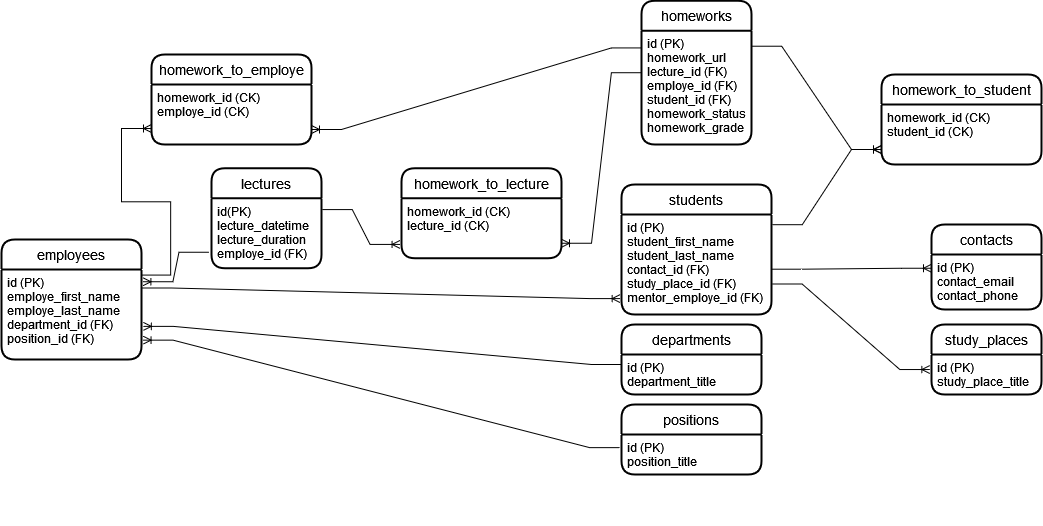
Kolesa-Education/kolesa-upgrade-homework-4 keeps this draw.io diagram as part2/KolesaDB.drawio.png. Above is the earlier version. Source tidied: cells renumbered, new cells last; positions are measured from the earlier drawing's top-left corner, leaving out a move shared by most shapes.
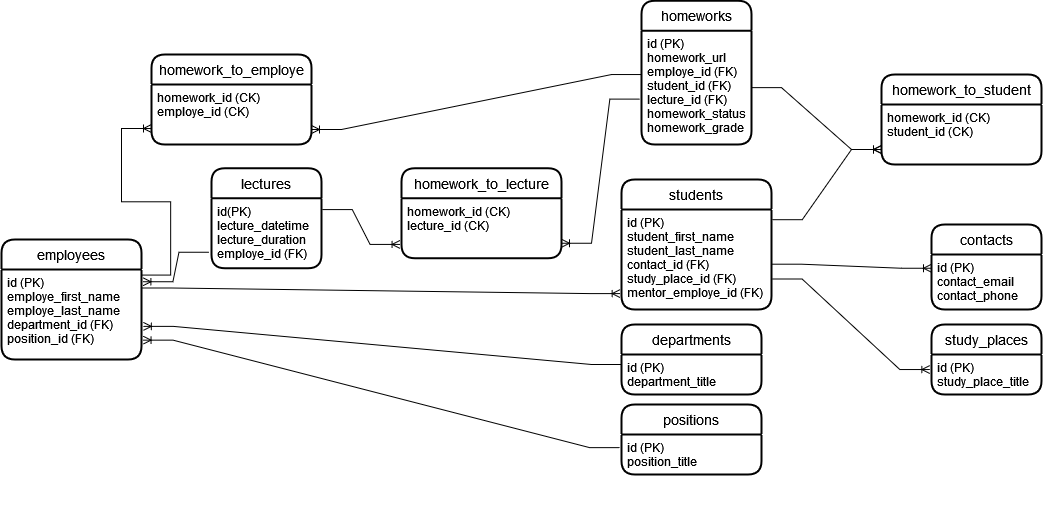
Above is the later version.

Commit message:
выполняю задание 4.2

What changed in the source:
```diff
@@ -24,7 +24,7 @@
       <mxGeometry y="30" width="140" height="90" as="geometry" />
     </mxCell>
     <mxCell id="9" value="students" style="swimlane;horizontal=1;startSize=30;rounded=1;fontSize=14;fontStyle=0;strokeWidth=2;shadow=0;dashed=0;align=center;" parent="1" vertex="1">
-      <mxGeometry x="620" y="184" width="150" height="130" as="geometry" />
+      <mxGeometry x="620" y="179" width="150" height="130" as="geometry" />
     </mxCell>
     <mxCell id="10" value="id (PK)&#10;student_first_name&#10;student_last_name&#10;contact_id (FK)&#10;study_place_id (FK)&#10;mentor_employe_id (FK)&#10;&#10;&#10;&#10;&#10;" style="align=left;strokeColor=none;fillColor=none;spacingLeft=4;fontSize=12;verticalAlign=top;" parent="9" vertex="1">
       <mxGeometry y="30" width="150" height="100" as="geometry" />
@@ -59,7 +59,7 @@
     <mxCell id="20" value="homeworks" style="swimlane;horizontal=1;startSize=30;rounded=1;fontSize=14;fontStyle=0;strokeWidth=2;shadow=0;dashed=0;align=center;" parent="1" vertex="1">
       <mxGeometry x="640" y="0.2" width="110" height="143.8" as="geometry" />
     </mxCell>
-    <mxCell id="21" value="id (PK)&#10;homework_url&#10;lecture_id (FK)&#10;employe_id (FK)&#10;student_id (FK)&#10;homework_status&#10;homework_grade&#10;&#10;" style="align=left;strokeColor=none;fillColor=none;spacingLeft=4;fontSize=12;verticalAlign=top;" parent="20" vertex="1">
+    <mxCell id="21" value="id (PK)&#10;homework_url&#10;employe_id (FK)&#10;student_id (FK)&#10;lecture_id (FK)&#10;homework_status&#10;homework_grade&#10;&#10;" style="align=left;strokeColor=none;fillColor=none;spacingLeft=4;fontSize=12;verticalAlign=top;" parent="20" vertex="1">
       <mxGeometry y="30" width="110" height="113.8" as="geometry" />
     </mxCell>
     <mxCell id="22" style="edgeStyle=entityRelationEdgeStyle;fontSize=12;html=1;endArrow=ERoneToMany;rounded=0;exitX=1.004;exitY=0.695;exitDx=0;exitDy=0;entryX=-0.015;entryY=0.376;entryDx=0;entryDy=0;entryPerimeter=0;exitPerimeter=0;" parent="1" edge="1" source="10" target="19">
@@ -88,7 +88,7 @@
         <mxPoint x="150" y="128" as="targetPoint" />
       </mxGeometry>
     </mxCell>
-    <mxCell id="30" style="edgeStyle=entityRelationEdgeStyle;fontSize=12;html=1;endArrow=ERoneToMany;rounded=0;exitX=-0.001;exitY=0.151;exitDx=0;exitDy=0;exitPerimeter=0;entryX=1;entryY=0.5;entryDx=0;entryDy=0;" parent="1" edge="1" source="21" target="27">
+    <mxCell id="30" style="edgeStyle=entityRelationEdgeStyle;fontSize=12;html=1;endArrow=ERoneToMany;rounded=0;exitX=0;exitY=0.385;exitDx=0;exitDy=0;exitPerimeter=0;entryX=1;entryY=0.5;entryDx=0;entryDy=0;" parent="1" edge="1" source="21" target="27">
       <mxGeometry relative="1" as="geometry" />
     </mxCell>
     <mxCell id="31" value="homework_to_student" style="swimlane;horizontal=1;startSize=30;rounded=1;fontSize=14;fontStyle=0;strokeWidth=2;shadow=0;dashed=0;align=center;" parent="1" vertex="1">
@@ -100,7 +100,7 @@
     <mxCell id="33" value="&#10;" style="align=left;strokeColor=none;fillColor=none;spacingLeft=4;fontSize=12;verticalAlign=top;" parent="31" vertex="1">
       <mxGeometry y="120" width="160" height="-30" as="geometry" />
     </mxCell>
-    <mxCell id="34" style="edgeStyle=entityRelationEdgeStyle;fontSize=12;html=1;endArrow=ERoneToMany;rounded=0;exitX=1.002;exitY=0.136;exitDx=0;exitDy=0;exitPerimeter=0;entryX=0;entryY=0.5;entryDx=0;entryDy=0;" parent="1" edge="1" source="21" target="32">
+    <mxCell id="34" style="edgeStyle=entityRelationEdgeStyle;fontSize=12;html=1;endArrow=ERoneToMany;rounded=0;exitX=1;exitY=0.5;exitDx=0;exitDy=0;entryX=0;entryY=0.5;entryDx=0;entryDy=0;" parent="1" edge="1" source="21" target="32">
       <mxGeometry relative="1" as="geometry" />
     </mxCell>
     <mxCell id="35" style="edgeStyle=entityRelationEdgeStyle;fontSize=12;html=1;endArrow=ERoneToMany;rounded=0;exitX=1.005;exitY=0.102;exitDx=0;exitDy=0;exitPerimeter=0;" parent="1" edge="1" source="10" target="32">
@@ -126,7 +126,7 @@
     <mxCell id="41" style="edgeStyle=entityRelationEdgeStyle;fontSize=12;html=1;endArrow=ERoneToMany;rounded=0;exitX=1.007;exitY=0.126;exitDx=0;exitDy=0;exitPerimeter=0;entryX=-0.009;entryY=0.513;entryDx=0;entryDy=0;entryPerimeter=0;" parent="1" edge="1" source="3" target="39">
       <mxGeometry relative="1" as="geometry" />
     </mxCell>
-    <mxCell id="42" style="edgeStyle=entityRelationEdgeStyle;fontSize=12;html=1;endArrow=ERoneToMany;rounded=0;entryX=1;entryY=0.5;entryDx=0;entryDy=0;exitX=-0.001;exitY=0.369;exitDx=0;exitDy=0;exitPerimeter=0;" parent="1" edge="1" source="21" target="39">
+    <mxCell id="42" style="edgeStyle=entityRelationEdgeStyle;fontSize=12;html=1;endArrow=ERoneToMany;rounded=0;entryX=1;entryY=0.5;entryDx=0;entryDy=0;exitX=-0.015;exitY=0.601;exitDx=0;exitDy=0;exitPerimeter=0;" parent="1" edge="1" source="21" target="39">
       <mxGeometry relative="1" as="geometry" />
     </mxCell>
   </root>
```
